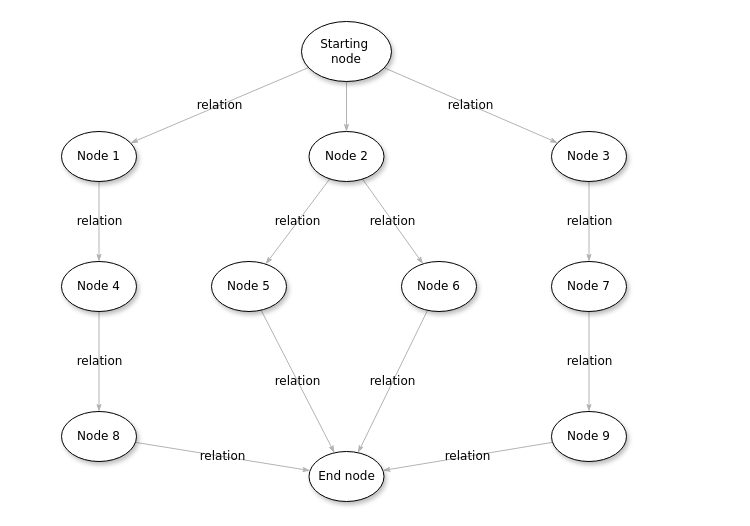
Earlier version of the draw.io diagram tmp/map-inteview.drawio (LuciOroles/carbee). Source tidied: cells renumbered, new cells numbered last; positions are measured from the earlier drawing's top-left corner, leaving out a move shared by most shapes. Both pictures are drawn from the tidied source at 100%, with x=0, y=0 at pixel (61, 21).
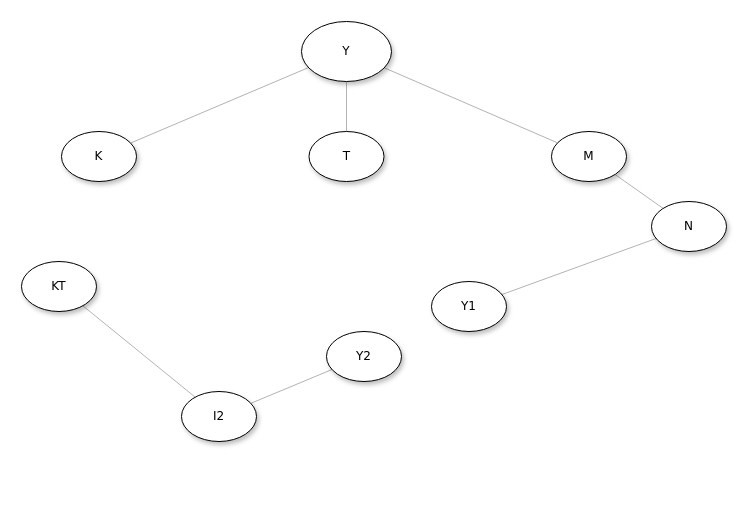
The same diagram, later.

Diff of the diagram source:
```diff
@@
-    <mxCell id="2" style="edgeStyle=none;rounded=1;html=1;labelBackgroundColor=none;startArrow=none;startFill=0;startSize=5;endArrow=classicThin;endFill=1;endSize=5;jettySize=auto;strokeColor=#B3B3B3;strokeWidth=1;fontFamily=Verdana;fontSize=12;" parent="1" edge="1" source="5" target="8">
+    <mxCell id="2" style="edgeStyle=none;rounded=1;html=1;labelBackgroundColor=none;startArrow=none;startFill=0;startSize=5;endArrow=none;endFill=1;endSize=5;jettySize=auto;strokeColor=#B3B3B3;strokeWidth=1;fontFamily=Verdana;fontSize=12;" parent="1" edge="1" source="5" target="8">
       <mxGeometry relative="1" as="geometry" />
     </mxCell>
-    <mxCell id="3" value="relation" style="edgeStyle=none;rounded=1;html=1;labelBackgroundColor=none;startArrow=none;startFill=0;startSize=5;endArrow=classicThin;endFill=1;endSize=5;jettySize=auto;strokeColor=#B3B3B3;strokeWidth=1;fontFamily=Verdana;fontSize=12;" parent="1" edge="1" source="5" target="21">
+    <mxCell id="3" style="edgeStyle=none;rounded=1;html=1;labelBackgroundColor=none;startArrow=none;startFill=0;startSize=5;endArrow=none;endFill=1;endSize=5;jettySize=auto;strokeColor=#B3B3B3;strokeWidth=1;fontFamily=Verdana;fontSize=12;" parent="1" edge="1" source="5" target="21">
       <mxGeometry relative="1" as="geometry" />
     </mxCell>
-    <mxCell id="4" value="relation" style="edgeStyle=none;rounded=1;html=1;labelBackgroundColor=none;startArrow=none;startFill=0;startSize=5;endArrow=classicThin;endFill=1;endSize=5;jettySize=auto;strokeColor=#B3B3B3;strokeWidth=1;fontFamily=Verdana;fontSize=12;" parent="1" edge="1" source="5" target="10">
+    <mxCell id="4" style="edgeStyle=none;rounded=1;html=1;labelBackgroundColor=none;startArrow=none;startFill=0;startSize=5;endArrow=none;endFill=1;endSize=5;jettySize=auto;strokeColor=#B3B3B3;strokeWidth=1;fontFamily=Verdana;fontSize=12;" parent="1" edge="1" source="5" target="10">
       <mxGeometry relative="1" as="geometry" />
     </mxCell>
-    <mxCell id="5" value="Starting&amp;nbsp;&lt;div&gt;node&lt;/div&gt;" style="ellipse;whiteSpace=wrap;html=1;rounded=0;shadow=1;comic=0;labelBackgroundColor=none;strokeWidth=1;fontFamily=Verdana;fontSize=12;align=center;" parent="1" vertex="1">
+    <mxCell id="5" value="Y" style="ellipse;whiteSpace=wrap;html=1;rounded=0;shadow=1;comic=0;labelBackgroundColor=none;strokeWidth=1;fontFamily=Verdana;fontSize=12;align=center;" parent="1" vertex="1">
       <mxGeometry x="240" width="90" height="60" as="geometry" />
     </mxCell>
-    <mxCell id="6" value="relation" style="edgeStyle=none;rounded=1;html=1;labelBackgroundColor=none;startArrow=none;startFill=0;startSize=5;endArrow=classicThin;endFill=1;endSize=5;jettySize=auto;strokeColor=#B3B3B3;strokeWidth=1;fontFamily=Verdana;fontSize=12;" parent="1" edge="1" source="8" target="18">
-      <mxGeometry relative="1" as="geometry" />
-    </mxCell>
-    <mxCell id="7" value="relation" style="edgeStyle=none;rounded=1;html=1;labelBackgroundColor=none;startArrow=none;startFill=0;startSize=5;endArrow=classicThin;endFill=1;endSize=5;jettySize=auto;strokeColor=#B3B3B3;strokeWidth=1;fontFamily=Verdana;fontSize=12;" parent="1" edge="1" source="8" target="16">
-      <mxGeometry relative="1" as="geometry" />
-    </mxCell>
-    <mxCell id="8" value="&lt;span&gt;Node 2&lt;/span&gt;" style="ellipse;whiteSpace=wrap;html=1;rounded=0;shadow=1;comic=0;labelBackgroundColor=none;strokeWidth=1;fontFamily=Verdana;fontSize=12;align=center;" parent="1" vertex="1">
+    <mxCell id="8" value="&lt;span&gt;T&lt;/span&gt;" style="ellipse;whiteSpace=wrap;html=1;rounded=0;shadow=1;comic=0;labelBackgroundColor=none;strokeWidth=1;fontFamily=Verdana;fontSize=12;align=center;" parent="1" vertex="1">
       <mxGeometry x="247.5" y="110" width="75" height="50" as="geometry" />
     </mxCell>
-    <mxCell id="9" value="relation" style="edgeStyle=none;rounded=1;html=1;labelBackgroundColor=none;startArrow=none;startFill=0;startSize=5;endArrow=classicThin;endFill=1;endSize=5;jettySize=auto;strokeColor=#B3B3B3;strokeWidth=1;fontFamily=Verdana;fontSize=12;" parent="1" edge="1" source="10" target="12">
+    <mxCell id="9" style="edgeStyle=none;rounded=1;html=1;labelBackgroundColor=none;startArrow=none;startFill=0;startSize=5;endArrow=none;endFill=1;endSize=5;jettySize=auto;strokeColor=#B3B3B3;strokeWidth=1;fontFamily=Verdana;fontSize=12;" parent="1" edge="1" source="10" target="12">
       <mxGeometry relative="1" as="geometry" />
     </mxCell>
-    <mxCell id="10" value="&lt;span&gt;Node 3&lt;/span&gt;" style="ellipse;whiteSpace=wrap;html=1;rounded=0;shadow=1;comic=0;labelBackgroundColor=none;strokeWidth=1;fontFamily=Verdana;fontSize=12;align=center;" parent="1" vertex="1">
+    <mxCell id="10" value="&lt;span&gt;M&lt;/span&gt;" style="ellipse;whiteSpace=wrap;html=1;rounded=0;shadow=1;comic=0;labelBackgroundColor=none;strokeWidth=1;fontFamily=Verdana;fontSize=12;align=center;" parent="1" vertex="1">
       <mxGeometry x="490" y="110" width="75" height="50" as="geometry" />
     </mxCell>
-    <mxCell id="11" value="relation" style="edgeStyle=none;rounded=1;html=1;labelBackgroundColor=none;startArrow=none;startFill=0;startSize=5;endArrow=classicThin;endFill=1;endSize=5;jettySize=auto;strokeColor=#B3B3B3;strokeWidth=1;fontFamily=Verdana;fontSize=12;" parent="1" edge="1" source="12" target="14">
+    <mxCell id="11" style="edgeStyle=none;rounded=1;html=1;labelBackgroundColor=none;startArrow=none;startFill=0;startSize=5;endArrow=none;endFill=1;endSize=5;jettySize=auto;strokeColor=#B3B3B3;strokeWidth=1;fontFamily=Verdana;fontSize=12;" parent="1" edge="1" source="12" target="14">
       <mxGeometry relative="1" as="geometry" />
     </mxCell>
-    <mxCell id="12" value="&lt;span&gt;Node 7&lt;/span&gt;" style="ellipse;whiteSpace=wrap;html=1;rounded=0;shadow=1;comic=0;labelBackgroundColor=none;strokeWidth=1;fontFamily=Verdana;fontSize=12;align=center;" parent="1" vertex="1">
-      <mxGeometry x="490" y="240" width="75" height="50" as="geometry" />
+    <mxCell id="12" value="&lt;span&gt;N&lt;/span&gt;" style="ellipse;whiteSpace=wrap;html=1;rounded=0;shadow=1;comic=0;labelBackgroundColor=none;strokeWidth=1;fontFamily=Verdana;fontSize=12;align=center;" parent="1" vertex="1">
+      <mxGeometry x="590" y="180" width="75" height="50" as="geometry" />
     </mxCell>
-    <mxCell id="13" value="relation" style="edgeStyle=none;rounded=1;html=1;labelBackgroundColor=none;startArrow=none;startFill=0;startSize=5;endArrow=classicThin;endFill=1;endSize=5;jettySize=auto;strokeColor=#B3B3B3;strokeWidth=1;fontFamily=Verdana;fontSize=12;" parent="1" edge="1" source="14" target="19">
-      <mxGeometry relative="1" as="geometry" />
-    </mxCell>
-    <mxCell id="14" value="&lt;span&gt;Node 9&lt;/span&gt;" style="ellipse;whiteSpace=wrap;html=1;rounded=0;shadow=1;comic=0;labelBackgroundColor=none;strokeWidth=1;fontFamily=Verdana;fontSize=12;align=center;" parent="1" vertex="1">
-      <mxGeometry x="490" y="390" width="75" height="50" as="geometry" />
+    <mxCell id="14" value="&lt;span&gt;Y1&lt;/span&gt;" style="ellipse;whiteSpace=wrap;html=1;rounded=0;shadow=1;comic=0;labelBackgroundColor=none;strokeWidth=1;fontFamily=Verdana;fontSize=12;align=center;" parent="1" vertex="1">
+      <mxGeometry x="370" y="260" width="75" height="50" as="geometry" />
     </mxCell>
-    <mxCell id="15" value="relation" style="edgeStyle=none;rounded=1;html=1;labelBackgroundColor=none;startArrow=none;startFill=0;startSize=5;endArrow=classicThin;endFill=1;endSize=5;jettySize=auto;strokeColor=#B3B3B3;strokeWidth=1;fontFamily=Verdana;fontSize=12;" parent="1" edge="1" source="16" target="19">
+    <mxCell id="15" style="edgeStyle=none;rounded=1;html=1;labelBackgroundColor=none;startArrow=none;startFill=0;startSize=5;endArrow=none;endFill=1;endSize=5;jettySize=auto;strokeColor=#B3B3B3;strokeWidth=1;fontFamily=Verdana;fontSize=12;" parent="1" edge="1" source="16" target="19">
       <mxGeometry relative="1" as="geometry" />
     </mxCell>
-    <mxCell id="16" value="&lt;span&gt;Node 6&lt;/span&gt;" style="ellipse;whiteSpace=wrap;html=1;rounded=0;shadow=1;comic=0;labelBackgroundColor=none;strokeWidth=1;fontFamily=Verdana;fontSize=12;align=center;" parent="1" vertex="1">
-      <mxGeometry x="340" y="240" width="75" height="50" as="geometry" />
+    <mxCell id="16" value="&lt;span&gt;Y2&lt;/span&gt;" style="ellipse;whiteSpace=wrap;html=1;rounded=0;shadow=1;comic=0;labelBackgroundColor=none;strokeWidth=1;fontFamily=Verdana;fontSize=12;align=center;" parent="1" vertex="1">
+      <mxGeometry x="265" y="310" width="75" height="50" as="geometry" />
     </mxCell>
-    <mxCell id="17" value="relation" style="edgeStyle=none;rounded=1;html=1;labelBackgroundColor=none;startArrow=none;startFill=0;startSize=5;endArrow=classicThin;endFill=1;endSize=5;jettySize=auto;strokeColor=#B3B3B3;strokeWidth=1;fontFamily=Verdana;fontSize=12;" parent="1" edge="1" source="18" target="19">
-      <mxGeometry relative="1" as="geometry" />
+    <mxCell id="17" style="edgeStyle=none;rounded=1;html=1;labelBackgroundColor=none;startArrow=none;startFill=0;startSize=5;endArrow=none;endFill=1;endSize=5;jettySize=auto;strokeColor=#B3B3B3;strokeWidth=1;fontFamily=Verdana;fontSize=12;" parent="1" edge="1" source="18" target="19">
+      <mxGeometry x="0.01" relative="1" as="geometry" />
     </mxCell>
-    <mxCell id="18" value="&lt;span&gt;Node 5&lt;/span&gt;" style="ellipse;whiteSpace=wrap;html=1;rounded=0;shadow=1;comic=0;labelBackgroundColor=none;strokeWidth=1;fontFamily=Verdana;fontSize=12;align=center;" parent="1" vertex="1">
-      <mxGeometry x="150" y="240" width="75" height="50" as="geometry" />
+    <mxCell id="18" value="&lt;span&gt;KT&lt;/span&gt;" style="ellipse;whiteSpace=wrap;html=1;rounded=0;shadow=1;comic=0;labelBackgroundColor=none;strokeWidth=1;fontFamily=Verdana;fontSize=12;align=center;" parent="1" vertex="1">
+      <mxGeometry x="-40" y="240" width="75" height="50" as="geometry" />
     </mxCell>
-    <mxCell id="19" value="End node" style="ellipse;whiteSpace=wrap;html=1;rounded=0;shadow=1;comic=0;labelBackgroundColor=none;strokeWidth=1;fontFamily=Verdana;fontSize=12;align=center;" parent="1" vertex="1">
-      <mxGeometry x="247.5" y="430" width="75" height="50" as="geometry" />
+    <mxCell id="19" value="I2" style="ellipse;whiteSpace=wrap;html=1;rounded=0;shadow=1;comic=0;labelBackgroundColor=none;strokeWidth=1;fontFamily=Verdana;fontSize=12;align=center;" parent="1" vertex="1">
+      <mxGeometry x="120" y="370" width="75" height="50" as="geometry" />
     </mxCell>
-    <mxCell id="20" value="relation" style="edgeStyle=none;rounded=1;html=1;labelBackgroundColor=none;startArrow=none;startFill=0;startSize=5;endArrow=classicThin;endFill=1;endSize=5;jettySize=auto;strokeColor=#B3B3B3;strokeWidth=1;fontFamily=Verdana;fontSize=12;" parent="1" edge="1" source="21" target="23">
-      <mxGeometry relative="1" as="geometry" />
-    </mxCell>
-    <mxCell id="21" value="Node 1" style="ellipse;whiteSpace=wrap;html=1;rounded=0;shadow=1;comic=0;labelBackgroundColor=none;strokeWidth=1;fontFamily=Verdana;fontSize=12;align=center;" parent="1" vertex="1">
+    <mxCell id="21" value="K" style="ellipse;whiteSpace=wrap;html=1;rounded=0;shadow=1;comic=0;labelBackgroundColor=none;strokeWidth=1;fontFamily=Verdana;fontSize=12;align=center;" parent="1" vertex="1">
       <mxGeometry y="110" width="75" height="50" as="geometry" />
     </mxCell>
-    <mxCell id="22" value="relation" style="edgeStyle=none;rounded=1;html=1;labelBackgroundColor=none;startArrow=none;startFill=0;startSize=5;endArrow=classicThin;endFill=1;endSize=5;jettySize=auto;strokeColor=#B3B3B3;strokeWidth=1;fontFamily=Verdana;fontSize=12;" parent="1" edge="1" source="23" target="25">
-      <mxGeometry relative="1" as="geometry" />
-    </mxCell>
-    <mxCell id="23" value="&lt;span&gt;Node 4&lt;/span&gt;" style="ellipse;whiteSpace=wrap;html=1;rounded=0;shadow=1;comic=0;labelBackgroundColor=none;strokeWidth=1;fontFamily=Verdana;fontSize=12;align=center;" parent="1" vertex="1">
-      <mxGeometry y="240" width="75" height="50" as="geometry" />
-    </mxCell>
-    <mxCell id="24" value="relation" style="edgeStyle=none;rounded=1;html=1;labelBackgroundColor=none;startArrow=none;startFill=0;startSize=5;endArrow=classicThin;endFill=1;endSize=5;jettySize=auto;strokeColor=#B3B3B3;strokeWidth=1;fontFamily=Verdana;fontSize=12;" parent="1" edge="1" source="25" target="19">
-      <mxGeometry relative="1" as="geometry" />
-    </mxCell>
-    <mxCell id="25" value="&lt;span&gt;Node 8&lt;/span&gt;" style="ellipse;whiteSpace=wrap;html=1;rounded=0;shadow=1;comic=0;labelBackgroundColor=none;strokeWidth=1;fontFamily=Verdana;fontSize=12;align=center;" parent="1" vertex="1">
-      <mxGeometry y="390" width="75" height="50" as="geometry" />
-    </mxCell>
```
